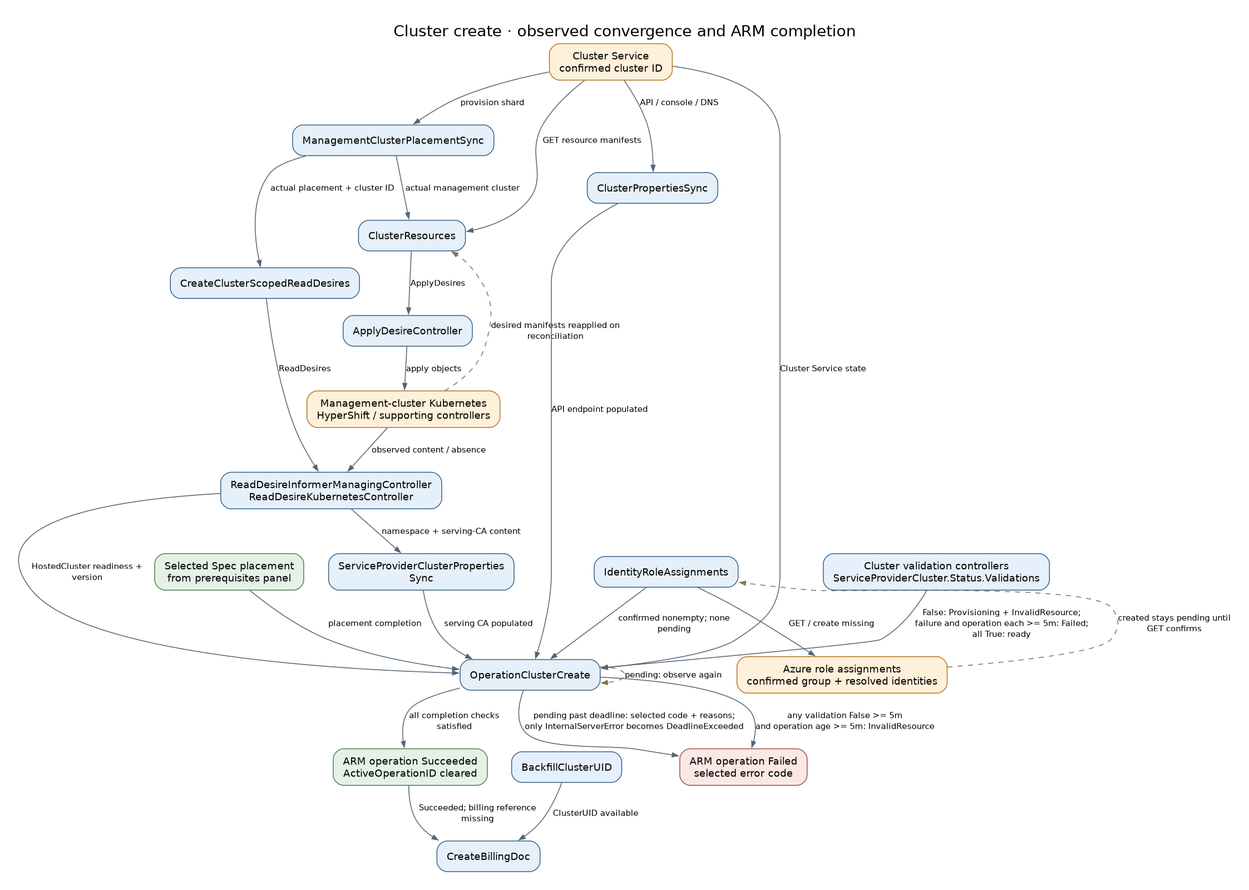
Above: docs/diagrams/controller-flows/cluster-convergence.png in Azure/ARO-HCP (Graphviz), before the change. Its source is kept beside it as docs/diagrams/controller-flows/cluster-convergence.dot.
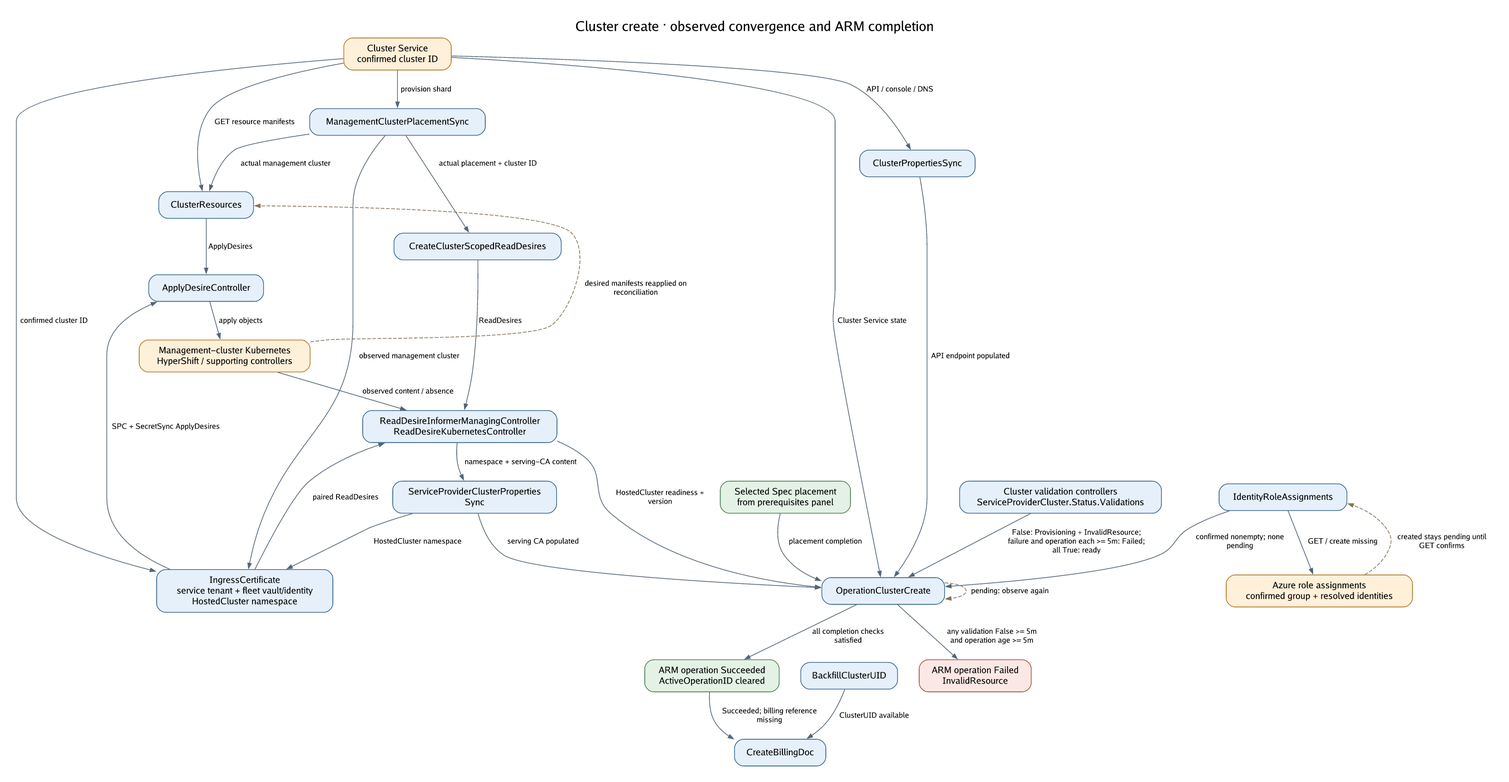
After the change.

Diff of the diagram source:
```diff
@@ -5,6 +5,7 @@
   cs [label="Cluster Service\nconfirmed cluster ID", fillcolor="#fff0da", color="#b27624"];
   place [label="ManagementClusterPlacementSync", fillcolor="#e6f0fa", color="#35648a"];
   resources [label="ClusterResources", fillcolor="#e6f0fa", color="#35648a"];
+  ingress [label="IngressCertificate\nservice tenant + fleet vault/identity\nHostedCluster namespace", fillcolor="#e6f0fa", color="#35648a"];
   read [label="CreateClusterScopedReadDesires", fillcolor="#e6f0fa", color="#35648a"];
   apply [label="ApplyDesireController", fillcolor="#e6f0fa", color="#35648a"];
   kube [label="Management-cluster Kubernetes\nHyperShift / supporting controllers", fillcolor="#fff0da", color="#b27624"];
@@ -23,6 +24,11 @@
   cs -> resources [label="GET resource manifests"];
   place -> read [label="actual placement + cluster ID"];
   resources -> apply [label="ApplyDesires"];
+  cs -> ingress [label="confirmed cluster ID"];
+  place -> ingress [label="observed management cluster"];
+  props -> ingress [label="HostedCluster namespace"];
+  ingress -> apply [label="SPC + SecretSync ApplyDesires"];
+  ingress -> mirror [label="paired ReadDesires"];
   apply -> kube [label="apply objects"];
   read -> mirror [label="ReadDesires"];
   kube -> mirror [label="observed content / absence"];
```
